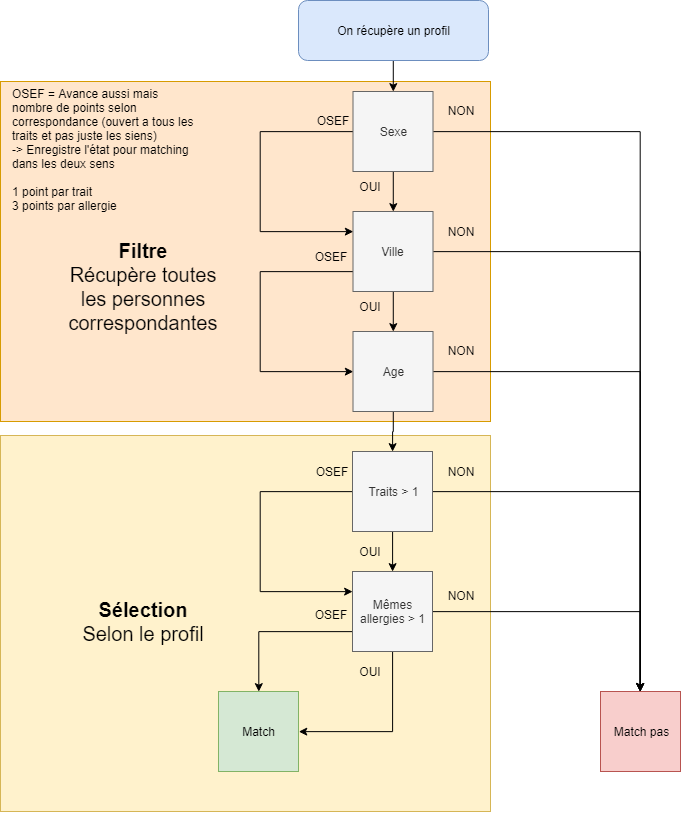
The draw.io diagram static/workshop-decision.png in ValouLeHibou/Unusualy, before a commit. Source tidied: cells renumbered, new cells last; positions are measured from the earlier drawing's top-left corner, leaving out a move shared by most shapes. Its diagram source:
```xml
<mxGraphModel>
  <root>
    <mxCell id="0" />
    <mxCell id="1" parent="0" />
    <mxCell id="2" style="rounded=0;whiteSpace=wrap;html=1;fillColor=#fff2cc;strokeColor=#d6b656;" parent="1" vertex="1">
      <mxGeometry y="435" width="490" height="376" as="geometry" />
    </mxCell>
    <mxCell id="3" style="rounded=0;whiteSpace=wrap;html=1;fillColor=#ffe6cc;strokeColor=#d79b00;" parent="1" vertex="1">
      <mxGeometry y="81" width="490" height="340" as="geometry" />
    </mxCell>
    <mxCell id="4" style="edgeStyle=orthogonalEdgeStyle;rounded=0;jettySize=auto;html=1;exitX=0.5;exitY=1;exitDx=0;exitDy=0;entryX=0.5;entryY=0;entryDx=0;entryDy=0;fontSize=20;" parent="1" edge="1" source="5" target="16">
      <mxGeometry relative="1" as="geometry" />
    </mxCell>
    <mxCell id="5" value="On récupère un profil" style="rounded=1;whiteSpace=wrap;html=1;fillColor=#dae8fc;strokeColor=#6c8ebf;" parent="1" vertex="1">
      <mxGeometry x="298" width="190" height="60" as="geometry" />
    </mxCell>
    <mxCell id="6" style="edgeStyle=orthogonalEdgeStyle;rounded=0;jettySize=auto;html=1;exitX=0.5;exitY=1;exitDx=0;exitDy=0;entryX=0.5;entryY=0;entryDx=0;entryDy=0;" parent="1" edge="1" source="9" target="12">
      <mxGeometry relative="1" as="geometry" />
    </mxCell>
    <mxCell id="7" style="edgeStyle=orthogonalEdgeStyle;rounded=0;jettySize=auto;html=1;exitX=1;exitY=0.5;exitDx=0;exitDy=0;entryX=0.5;entryY=0;entryDx=0;entryDy=0;" parent="1" edge="1" source="9" target="25">
      <mxGeometry relative="1" as="geometry" />
    </mxCell>
    <mxCell id="8" style="edgeStyle=orthogonalEdgeStyle;rounded=0;jettySize=auto;html=1;exitX=0;exitY=0.75;exitDx=0;exitDy=0;entryX=0;entryY=0.5;entryDx=0;entryDy=0;fontSize=20;" parent="1" edge="1" source="9" target="12">
      <mxGeometry relative="1" as="geometry">
        <Array as="points">
          <mxPoint x="260" y="271" />
          <mxPoint x="260" y="371" />
        </Array>
      </mxGeometry>
    </mxCell>
    <mxCell id="9" value="Ville" style="whiteSpace=wrap;html=1;fillColor=#f5f5f5;strokeColor=#666666;fontColor=#333333;" parent="1" vertex="1">
      <mxGeometry x="352.5" y="211" width="80" height="80" as="geometry" />
    </mxCell>
    <mxCell id="10" style="edgeStyle=orthogonalEdgeStyle;rounded=0;jettySize=auto;html=1;exitX=1;exitY=0.5;exitDx=0;exitDy=0;entryX=0.5;entryY=0;entryDx=0;entryDy=0;" parent="1" edge="1" source="12" target="25">
      <mxGeometry relative="1" as="geometry" />
    </mxCell>
    <mxCell id="11" style="edgeStyle=orthogonalEdgeStyle;rounded=0;jettySize=auto;html=1;exitX=0.5;exitY=1;exitDx=0;exitDy=0;entryX=0.5;entryY=0;entryDx=0;entryDy=0;fontSize=20;" parent="1" edge="1" source="12" target="20">
      <mxGeometry relative="1" as="geometry" />
    </mxCell>
    <mxCell id="12" value="Age" style="whiteSpace=wrap;html=1;fillColor=#f5f5f5;strokeColor=#666666;fontColor=#333333;" parent="1" vertex="1">
      <mxGeometry x="352.5" y="331" width="80" height="80" as="geometry" />
    </mxCell>
    <mxCell id="13" style="edgeStyle=orthogonalEdgeStyle;rounded=0;jettySize=auto;html=1;exitX=1;exitY=0.5;exitDx=0;exitDy=0;entryX=0.5;entryY=0;entryDx=0;entryDy=0;" parent="1" edge="1" source="16" target="25">
      <mxGeometry relative="1" as="geometry" />
    </mxCell>
    <mxCell id="14" style="edgeStyle=orthogonalEdgeStyle;rounded=0;jettySize=auto;html=1;exitX=0.5;exitY=1;exitDx=0;exitDy=0;entryX=0.5;entryY=0;entryDx=0;entryDy=0;" parent="1" edge="1" source="16" target="9">
      <mxGeometry relative="1" as="geometry" />
    </mxCell>
    <mxCell id="15" style="edgeStyle=orthogonalEdgeStyle;rounded=0;jettySize=auto;html=1;exitX=0;exitY=0.5;exitDx=0;exitDy=0;entryX=0;entryY=0.25;entryDx=0;entryDy=0;fontSize=20;" parent="1" edge="1" source="16" target="9">
      <mxGeometry relative="1" as="geometry">
        <Array as="points">
          <mxPoint x="260" y="131" />
          <mxPoint x="260" y="231" />
        </Array>
      </mxGeometry>
    </mxCell>
    <mxCell id="16" value="Sexe" style="whiteSpace=wrap;html=1;fillColor=#f5f5f5;strokeColor=#666666;fontColor=#333333;" parent="1" vertex="1">
      <mxGeometry x="352.5" y="91" width="80" height="80" as="geometry" />
    </mxCell>
    <mxCell id="17" style="edgeStyle=orthogonalEdgeStyle;rounded=0;jettySize=auto;html=1;exitX=0.5;exitY=1;exitDx=0;exitDy=0;entryX=0.5;entryY=0;entryDx=0;entryDy=0;" parent="1" edge="1" source="20" target="24">
      <mxGeometry relative="1" as="geometry" />
    </mxCell>
    <mxCell id="18" style="edgeStyle=orthogonalEdgeStyle;rounded=0;jettySize=auto;html=1;exitX=0;exitY=0.5;exitDx=0;exitDy=0;entryX=0;entryY=0.25;entryDx=0;entryDy=0;" parent="1" edge="1" source="20" target="24">
      <mxGeometry relative="1" as="geometry">
        <Array as="points">
          <mxPoint x="260" y="491" />
          <mxPoint x="260" y="591" />
        </Array>
      </mxGeometry>
    </mxCell>
    <mxCell id="19" style="edgeStyle=orthogonalEdgeStyle;rounded=0;jettySize=auto;html=1;exitX=1;exitY=0.5;exitDx=0;exitDy=0;entryX=0.5;entryY=0;entryDx=0;entryDy=0;fontSize=20;" parent="1" edge="1" source="20" target="25">
      <mxGeometry relative="1" as="geometry" />
    </mxCell>
    <mxCell id="20" value="Traits &amp;gt; 1" style="whiteSpace=wrap;html=1;fillColor=#f5f5f5;strokeColor=#666666;fontColor=#333333;" parent="1" vertex="1">
      <mxGeometry x="352" y="451" width="80" height="80" as="geometry" />
    </mxCell>
    <mxCell id="21" style="edgeStyle=orthogonalEdgeStyle;rounded=0;jettySize=auto;html=1;exitX=0.5;exitY=1;exitDx=0;exitDy=0;entryX=1;entryY=0.5;entryDx=0;entryDy=0;" parent="1" edge="1" source="24" target="26">
      <mxGeometry relative="1" as="geometry" />
    </mxCell>
    <mxCell id="22" style="edgeStyle=orthogonalEdgeStyle;rounded=0;jettySize=auto;html=1;exitX=1;exitY=0.5;exitDx=0;exitDy=0;entryX=0.5;entryY=0;entryDx=0;entryDy=0;" parent="1" edge="1" source="24" target="25">
      <mxGeometry relative="1" as="geometry" />
    </mxCell>
    <mxCell id="23" style="edgeStyle=orthogonalEdgeStyle;rounded=0;jettySize=auto;html=1;exitX=0;exitY=0.75;exitDx=0;exitDy=0;entryX=0.5;entryY=0;entryDx=0;entryDy=0;" parent="1" edge="1" source="24" target="26">
      <mxGeometry relative="1" as="geometry" />
    </mxCell>
    <mxCell id="24" value="Mêmes allergies &amp;gt; 1" style="whiteSpace=wrap;html=1;fillColor=#f5f5f5;strokeColor=#666666;fontColor=#333333;" parent="1" vertex="1">
      <mxGeometry x="352" y="571" width="80" height="80" as="geometry" />
    </mxCell>
    <mxCell id="25" value="Match pas" style="whiteSpace=wrap;html=1;fillColor=#f8cecc;strokeColor=#b85450;" parent="1" vertex="1">
      <mxGeometry x="600" y="691" width="80" height="80" as="geometry" />
    </mxCell>
    <mxCell id="26" value="Match" style="whiteSpace=wrap;html=1;fillColor=#d5e8d4;strokeColor=#82b366;" parent="1" vertex="1">
      <mxGeometry x="218" y="691" width="80" height="80" as="geometry" />
    </mxCell>
    <mxCell id="27" value="OUI" style="text;html=1;strokeColor=none;fillColor=none;align=center;verticalAlign=middle;whiteSpace=wrap;rounded=0;" parent="1" vertex="1">
      <mxGeometry x="350" y="661" width="40" height="20" as="geometry" />
    </mxCell>
    <mxCell id="28" value="OSEF" style="text;html=1;strokeColor=none;fillColor=none;align=center;verticalAlign=middle;whiteSpace=wrap;rounded=0;" parent="1" vertex="1">
      <mxGeometry x="310" y="604" width="40" height="20" as="geometry" />
    </mxCell>
    <mxCell id="29" value="NON" style="text;html=1;strokeColor=none;fillColor=none;align=center;verticalAlign=middle;whiteSpace=wrap;rounded=0;" parent="1" vertex="1">
      <mxGeometry x="440" y="585" width="40" height="20" as="geometry" />
    </mxCell>
    <mxCell id="30" value="OUI" style="text;html=1;strokeColor=none;fillColor=none;align=center;verticalAlign=middle;whiteSpace=wrap;rounded=0;" parent="1" vertex="1">
      <mxGeometry x="350" y="541" width="40" height="20" as="geometry" />
    </mxCell>
    <mxCell id="31" value="OSEF" style="text;html=1;strokeColor=none;fillColor=none;align=center;verticalAlign=middle;whiteSpace=wrap;rounded=0;" parent="1" vertex="1">
      <mxGeometry x="311" y="461" width="40" height="20" as="geometry" />
    </mxCell>
    <mxCell id="32" value="&lt;b&gt;Filtre&lt;/b&gt;&lt;br&gt;Récupère toutes les personnes correspondantes&lt;br&gt;" style="text;html=1;strokeColor=none;fillColor=none;align=center;verticalAlign=middle;whiteSpace=wrap;rounded=0;fontSize=20;" parent="1" vertex="1">
      <mxGeometry x="68" y="231" width="150" height="110" as="geometry" />
    </mxCell>
    <mxCell id="33" value="&lt;b&gt;Sélection&lt;/b&gt;&lt;br&gt;Selon le profil" style="text;html=1;strokeColor=none;fillColor=none;align=center;verticalAlign=middle;whiteSpace=wrap;rounded=0;fontSize=20;" parent="1" vertex="1">
      <mxGeometry x="68" y="590.5" width="150" height="60" as="geometry" />
    </mxCell>
    <mxCell id="34" value="OUI" style="text;html=1;strokeColor=none;fillColor=none;align=center;verticalAlign=middle;whiteSpace=wrap;rounded=0;" parent="1" vertex="1">
      <mxGeometry x="350" y="176" width="40" height="20" as="geometry" />
    </mxCell>
    <mxCell id="35" value="OUI" style="text;html=1;strokeColor=none;fillColor=none;align=center;verticalAlign=middle;whiteSpace=wrap;rounded=0;" parent="1" vertex="1">
      <mxGeometry x="350" y="296" width="40" height="20" as="geometry" />
    </mxCell>
    <mxCell id="36" value="NON&lt;br&gt;" style="text;html=1;strokeColor=none;fillColor=none;align=center;verticalAlign=middle;whiteSpace=wrap;rounded=0;" parent="1" vertex="1">
      <mxGeometry x="440" y="100" width="40" height="20" as="geometry" />
    </mxCell>
    <mxCell id="37" value="NON&lt;br&gt;" style="text;html=1;strokeColor=none;fillColor=none;align=center;verticalAlign=middle;whiteSpace=wrap;rounded=0;" parent="1" vertex="1">
      <mxGeometry x="440" y="221" width="40" height="20" as="geometry" />
    </mxCell>
    <mxCell id="38" value="NON&lt;br&gt;" style="text;html=1;strokeColor=none;fillColor=none;align=center;verticalAlign=middle;whiteSpace=wrap;rounded=0;" parent="1" vertex="1">
      <mxGeometry x="440" y="340" width="40" height="20" as="geometry" />
    </mxCell>
    <mxCell id="39" value="NON&lt;br&gt;" style="text;html=1;strokeColor=none;fillColor=none;align=center;verticalAlign=middle;whiteSpace=wrap;rounded=0;" parent="1" vertex="1">
      <mxGeometry x="440" y="461" width="40" height="20" as="geometry" />
    </mxCell>
    <mxCell id="40" value="OSEF" style="text;html=1;strokeColor=none;fillColor=none;align=center;verticalAlign=middle;whiteSpace=wrap;rounded=0;" parent="1" vertex="1">
      <mxGeometry x="309.5" y="246" width="40" height="20" as="geometry" />
    </mxCell>
    <mxCell id="41" value="OSEF" style="text;html=1;strokeColor=none;fillColor=none;align=center;verticalAlign=middle;whiteSpace=wrap;rounded=0;" parent="1" vertex="1">
      <mxGeometry x="312" y="110" width="40" height="20" as="geometry" />
    </mxCell>
    <mxCell id="42" value="OSEF = Avance aussi mais nombre de points selon correspondance (ouvert a tous les traits et pas juste les siens)&lt;br&gt;-&amp;gt; Enregistre l'état pour matching dans les deux sens&lt;br&gt;&lt;br&gt;1 point par trait&lt;br&gt;3 points par allergie&lt;br&gt;" style="text;html=1;strokeColor=none;fillColor=none;align=left;verticalAlign=middle;whiteSpace=wrap;rounded=0;" parent="1" vertex="1">
      <mxGeometry x="10" y="87" width="185" height="123" as="geometry" />
    </mxCell>
  </root>
</mxGraphModel>
```
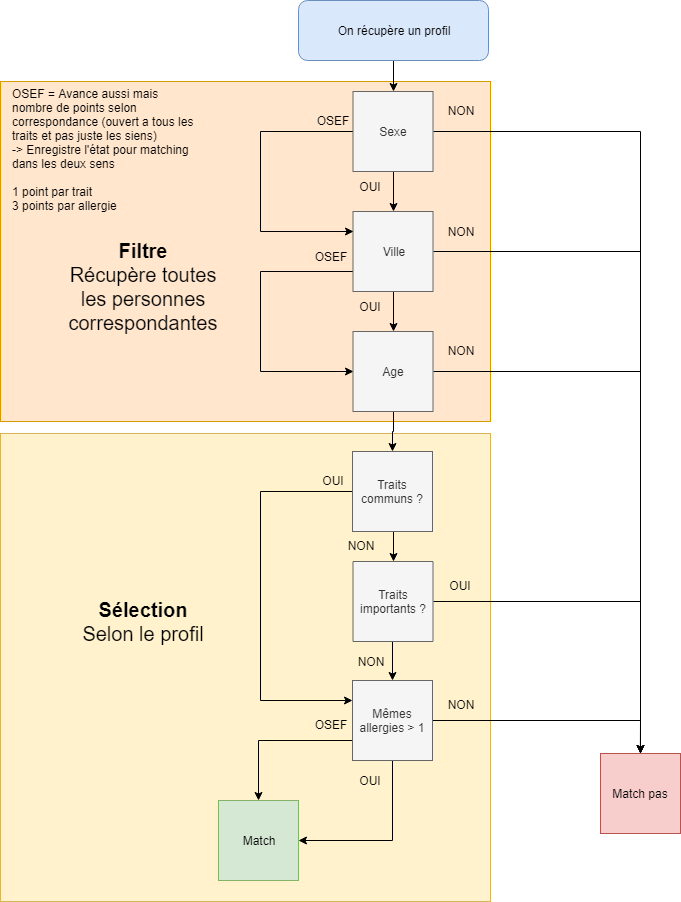
Later version of the same file.

What changed in the source:
```diff
@@ -2,9 +2,9 @@
   <root>
     <mxCell id="0" />
     <mxCell id="1" parent="0" />
-    <mxCell id="2" style="rounded=0;whiteSpace=wrap;html=1;fillColor=#fff2cc;strokeColor=#d6b656;" parent="1" vertex="1">
-      <mxGeometry y="435" width="490" height="376" as="geometry" />
-    </mxCell>
+    <mxCell id="43" style="rounded=0;whiteSpace=wrap;html=1;fillColor=#fff2cc;strokeColor=#d6b656;" parent="1" vertex="1">
+      <mxGeometry y="433" width="490" height="468" as="geometry" />
+    </mxCell>
     <mxCell id="3" style="rounded=0;whiteSpace=wrap;html=1;fillColor=#ffe6cc;strokeColor=#d79b00;" parent="1" vertex="1">
       <mxGeometry y="81" width="490" height="340" as="geometry" />
     </mxCell>
@@ -57,55 +57,51 @@
     <mxCell id="16" value="Sexe" style="whiteSpace=wrap;html=1;fillColor=#f5f5f5;strokeColor=#666666;fontColor=#333333;" parent="1" vertex="1">
       <mxGeometry x="352.5" y="91" width="80" height="80" as="geometry" />
     </mxCell>
-    <mxCell id="17" style="edgeStyle=orthogonalEdgeStyle;rounded=0;jettySize=auto;html=1;exitX=0.5;exitY=1;exitDx=0;exitDy=0;entryX=0.5;entryY=0;entryDx=0;entryDy=0;" parent="1" edge="1" source="20" target="24">
-      <mxGeometry relative="1" as="geometry" />
-    </mxCell>
-    <mxCell id="18" style="edgeStyle=orthogonalEdgeStyle;rounded=0;jettySize=auto;html=1;exitX=0;exitY=0.5;exitDx=0;exitDy=0;entryX=0;entryY=0.25;entryDx=0;entryDy=0;" parent="1" edge="1" source="20" target="24">
-      <mxGeometry relative="1" as="geometry">
-        <Array as="points">
-          <mxPoint x="260" y="491" />
-          <mxPoint x="260" y="591" />
-        </Array>
-      </mxGeometry>
-    </mxCell>
-    <mxCell id="19" style="edgeStyle=orthogonalEdgeStyle;rounded=0;jettySize=auto;html=1;exitX=1;exitY=0.5;exitDx=0;exitDy=0;entryX=0.5;entryY=0;entryDx=0;entryDy=0;fontSize=20;" parent="1" edge="1" source="20" target="25">
-      <mxGeometry relative="1" as="geometry" />
-    </mxCell>
+    <mxCell id="44" style="edgeStyle=orthogonalEdgeStyle;rounded=0;jettySize=auto;html=1;exitX=0.5;exitY=1;exitDx=0;exitDy=0;entryX=0;entryY=0.5;entryDx=0;entryDy=0;fontSize=20;" parent="1" edge="1" source="20" target="48">
+      <mxGeometry relative="1" as="geometry" />
+    </mxCell>
+    <mxCell id="45" style="edgeStyle=orthogonalEdgeStyle;rounded=0;jettySize=auto;html=1;exitX=0;exitY=0.5;exitDx=0;exitDy=0;entryX=0;entryY=0.25;entryDx=0;entryDy=0;fontSize=20;" parent="1" edge="1" source="20" target="24">
+      <mxGeometry relative="1" as="geometry">
+        <Array as="points">
+          <mxPoint x="260" y="491" />
+          <mxPoint x="260" y="700" />
+        </Array>
+      </mxGeometry>
+    </mxCell>
-    <mxCell id="20" value="Traits &amp;gt; 1" style="whiteSpace=wrap;html=1;fillColor=#f5f5f5;strokeColor=#666666;fontColor=#333333;" parent="1" vertex="1">
+    <mxCell id="20" value="Traits communs ?" style="whiteSpace=wrap;html=1;fillColor=#f5f5f5;strokeColor=#666666;fontColor=#333333;" parent="1" vertex="1">
       <mxGeometry x="352" y="451" width="80" height="80" as="geometry" />
     </mxCell>
     <mxCell id="21" style="edgeStyle=orthogonalEdgeStyle;rounded=0;jettySize=auto;html=1;exitX=0.5;exitY=1;exitDx=0;exitDy=0;entryX=1;entryY=0.5;entryDx=0;entryDy=0;" parent="1" edge="1" source="24" target="26">
       <mxGeometry relative="1" as="geometry" />
     </mxCell>
-    <mxCell id="22" style="edgeStyle=orthogonalEdgeStyle;rounded=0;jettySize=auto;html=1;exitX=1;exitY=0.5;exitDx=0;exitDy=0;entryX=0.5;entryY=0;entryDx=0;entryDy=0;" parent="1" edge="1" source="24" target="25">
-      <mxGeometry relative="1" as="geometry" />
+    <mxCell id="22" style="edgeStyle=orthogonalEdgeStyle;rounded=0;jettySize=auto;html=1;exitX=1;exitY=0.5;exitDx=0;exitDy=0;entryX=0.5;entryY=0;entryDx=0;entryDy=0;" parent="1" edge="1" source="24">
+      <mxGeometry relative="1" as="geometry">
+        <mxPoint x="639.7" y="799.9" as="targetPoint" />
+      </mxGeometry>
     </mxCell>
     <mxCell id="23" style="edgeStyle=orthogonalEdgeStyle;rounded=0;jettySize=auto;html=1;exitX=0;exitY=0.75;exitDx=0;exitDy=0;entryX=0.5;entryY=0;entryDx=0;entryDy=0;" parent="1" edge="1" source="24" target="26">
       <mxGeometry relative="1" as="geometry" />
     </mxCell>
     <mxCell id="24" value="Mêmes allergies &amp;gt; 1" style="whiteSpace=wrap;html=1;fillColor=#f5f5f5;strokeColor=#666666;fontColor=#333333;" parent="1" vertex="1">
-      <mxGeometry x="352" y="571" width="80" height="80" as="geometry" />
+      <mxGeometry x="352" y="680" width="80" height="80" as="geometry" />
     </mxCell>
     <mxCell id="25" value="Match pas" style="whiteSpace=wrap;html=1;fillColor=#f8cecc;strokeColor=#b85450;" parent="1" vertex="1">
-      <mxGeometry x="600" y="691" width="80" height="80" as="geometry" />
+      <mxGeometry x="600" y="753" width="80" height="80" as="geometry" />
     </mxCell>
     <mxCell id="26" value="Match" style="whiteSpace=wrap;html=1;fillColor=#d5e8d4;strokeColor=#82b366;" parent="1" vertex="1">
-      <mxGeometry x="218" y="691" width="80" height="80" as="geometry" />
+      <mxGeometry x="218" y="800" width="80" height="80" as="geometry" />
     </mxCell>
     <mxCell id="27" value="OUI" style="text;html=1;strokeColor=none;fillColor=none;align=center;verticalAlign=middle;whiteSpace=wrap;rounded=0;" parent="1" vertex="1">
-      <mxGeometry x="350" y="661" width="40" height="20" as="geometry" />
+      <mxGeometry x="350" y="770" width="40" height="20" as="geometry" />
     </mxCell>
     <mxCell id="28" value="OSEF" style="text;html=1;strokeColor=none;fillColor=none;align=center;verticalAlign=middle;whiteSpace=wrap;rounded=0;" parent="1" vertex="1">
-      <mxGeometry x="310" y="604" width="40" height="20" as="geometry" />
+      <mxGeometry x="310" y="714" width="40" height="20" as="geometry" />
     </mxCell>
     <mxCell id="29" value="NON" style="text;html=1;strokeColor=none;fillColor=none;align=center;verticalAlign=middle;whiteSpace=wrap;rounded=0;" parent="1" vertex="1">
-      <mxGeometry x="440" y="585" width="40" height="20" as="geometry" />
+      <mxGeometry x="440" y="694" width="40" height="20" as="geometry" />
     </mxCell>
-    <mxCell id="30" value="OUI" style="text;html=1;strokeColor=none;fillColor=none;align=center;verticalAlign=middle;whiteSpace=wrap;rounded=0;" parent="1" vertex="1">
-      <mxGeometry x="350" y="541" width="40" height="20" as="geometry" />
-    </mxCell>
-    <mxCell id="31" value="OSEF" style="text;html=1;strokeColor=none;fillColor=none;align=center;verticalAlign=middle;whiteSpace=wrap;rounded=0;" parent="1" vertex="1">
-      <mxGeometry x="311" y="461" width="40" height="20" as="geometry" />
+    <mxCell id="31" value="NON" style="text;html=1;strokeColor=none;fillColor=none;align=center;verticalAlign=middle;whiteSpace=wrap;rounded=0;" parent="1" vertex="1">
+      <mxGeometry x="340" y="535" width="40" height="20" as="geometry" />
     </mxCell>
     <mxCell id="32" value="&lt;b&gt;Filtre&lt;/b&gt;&lt;br&gt;Récupère toutes les personnes correspondantes&lt;br&gt;" style="text;html=1;strokeColor=none;fillColor=none;align=center;verticalAlign=middle;whiteSpace=wrap;rounded=0;fontSize=20;" parent="1" vertex="1">
       <mxGeometry x="68" y="231" width="150" height="110" as="geometry" />
@@ -128,9 +124,6 @@
     <mxCell id="38" value="NON&lt;br&gt;" style="text;html=1;strokeColor=none;fillColor=none;align=center;verticalAlign=middle;whiteSpace=wrap;rounded=0;" parent="1" vertex="1">
       <mxGeometry x="440" y="340" width="40" height="20" as="geometry" />
     </mxCell>
-    <mxCell id="39" value="NON&lt;br&gt;" style="text;html=1;strokeColor=none;fillColor=none;align=center;verticalAlign=middle;whiteSpace=wrap;rounded=0;" parent="1" vertex="1">
-      <mxGeometry x="440" y="461" width="40" height="20" as="geometry" />
-    </mxCell>
     <mxCell id="40" value="OSEF" style="text;html=1;strokeColor=none;fillColor=none;align=center;verticalAlign=middle;whiteSpace=wrap;rounded=0;" parent="1" vertex="1">
       <mxGeometry x="309.5" y="246" width="40" height="20" as="geometry" />
     </mxCell>
@@ -140,5 +133,23 @@
     <mxCell id="42" value="OSEF = Avance aussi mais nombre de points selon correspondance (ouvert a tous les traits et pas juste les siens)&lt;br&gt;-&amp;gt; Enregistre l'état pour matching dans les deux sens&lt;br&gt;&lt;br&gt;1 point par trait&lt;br&gt;3 points par allergie&lt;br&gt;" style="text;html=1;strokeColor=none;fillColor=none;align=left;verticalAlign=middle;whiteSpace=wrap;rounded=0;" parent="1" vertex="1">
       <mxGeometry x="10" y="87" width="185" height="123" as="geometry" />
     </mxCell>
+    <mxCell id="46" style="edgeStyle=orthogonalEdgeStyle;rounded=0;jettySize=auto;html=1;exitX=1;exitY=0.5;exitDx=0;exitDy=0;entryX=0.5;entryY=0;entryDx=0;entryDy=0;fontSize=20;" parent="1" edge="1" source="48" target="24">
+      <mxGeometry relative="1" as="geometry" />
+    </mxCell>
+    <mxCell id="47" style="edgeStyle=orthogonalEdgeStyle;rounded=0;jettySize=auto;html=1;exitX=0.5;exitY=0;exitDx=0;exitDy=0;entryX=0.5;entryY=0;entryDx=0;entryDy=0;fontSize=20;" parent="1" edge="1" source="48" target="25">
+      <mxGeometry relative="1" as="geometry" />
+    </mxCell>
+    <mxCell id="48" value="Traits importants ?" style="whiteSpace=wrap;html=1;fillColor=#f5f5f5;strokeColor=#666666;fontColor=#333333;direction=south;" parent="1" vertex="1">
+      <mxGeometry x="352.5" y="561" width="80" height="80" as="geometry" />
+    </mxCell>
+    <mxCell id="49" value="OUI" style="text;html=1;strokeColor=none;fillColor=none;align=center;verticalAlign=middle;whiteSpace=wrap;rounded=0;" parent="1" vertex="1">
+      <mxGeometry x="440" y="574.5" width="40" height="20" as="geometry" />
+    </mxCell>
+    <mxCell id="50" value="OUI" style="text;html=1;strokeColor=none;fillColor=none;align=center;verticalAlign=middle;whiteSpace=wrap;rounded=0;" parent="1" vertex="1">
+      <mxGeometry x="313" y="470" width="40" height="20" as="geometry" />
+    </mxCell>
+    <mxCell id="39" value="NON" style="text;html=1;strokeColor=none;fillColor=none;align=center;verticalAlign=middle;whiteSpace=wrap;rounded=0;" parent="1" vertex="1">
+      <mxGeometry x="350" y="650.5" width="40" height="20" as="geometry" />
+    </mxCell>
   </root>
 </mxGraphModel>
```
